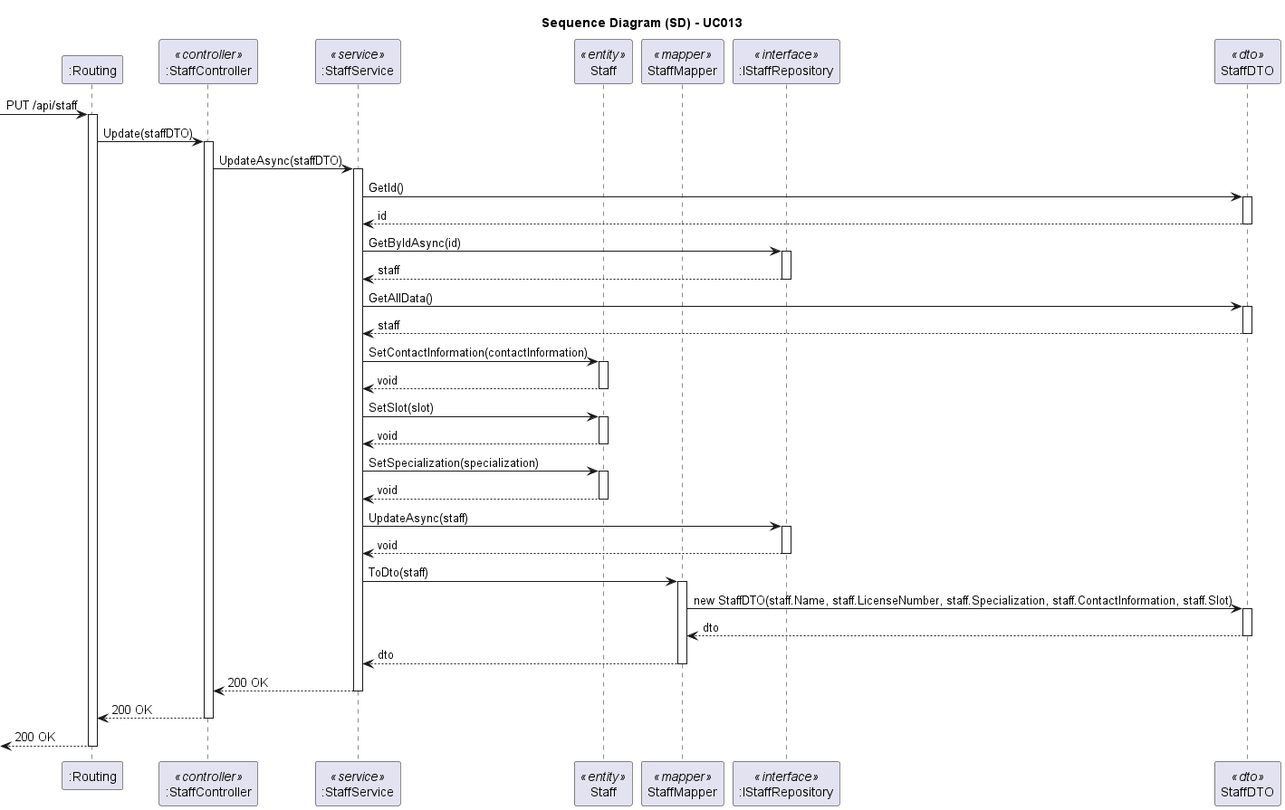
The PlantUML diagram docs/SprintA/UseCases/UC013/03.design/png/uc013-sequence-diagram.png in 1221124/sem5pi-24-25-g031, before a commit.
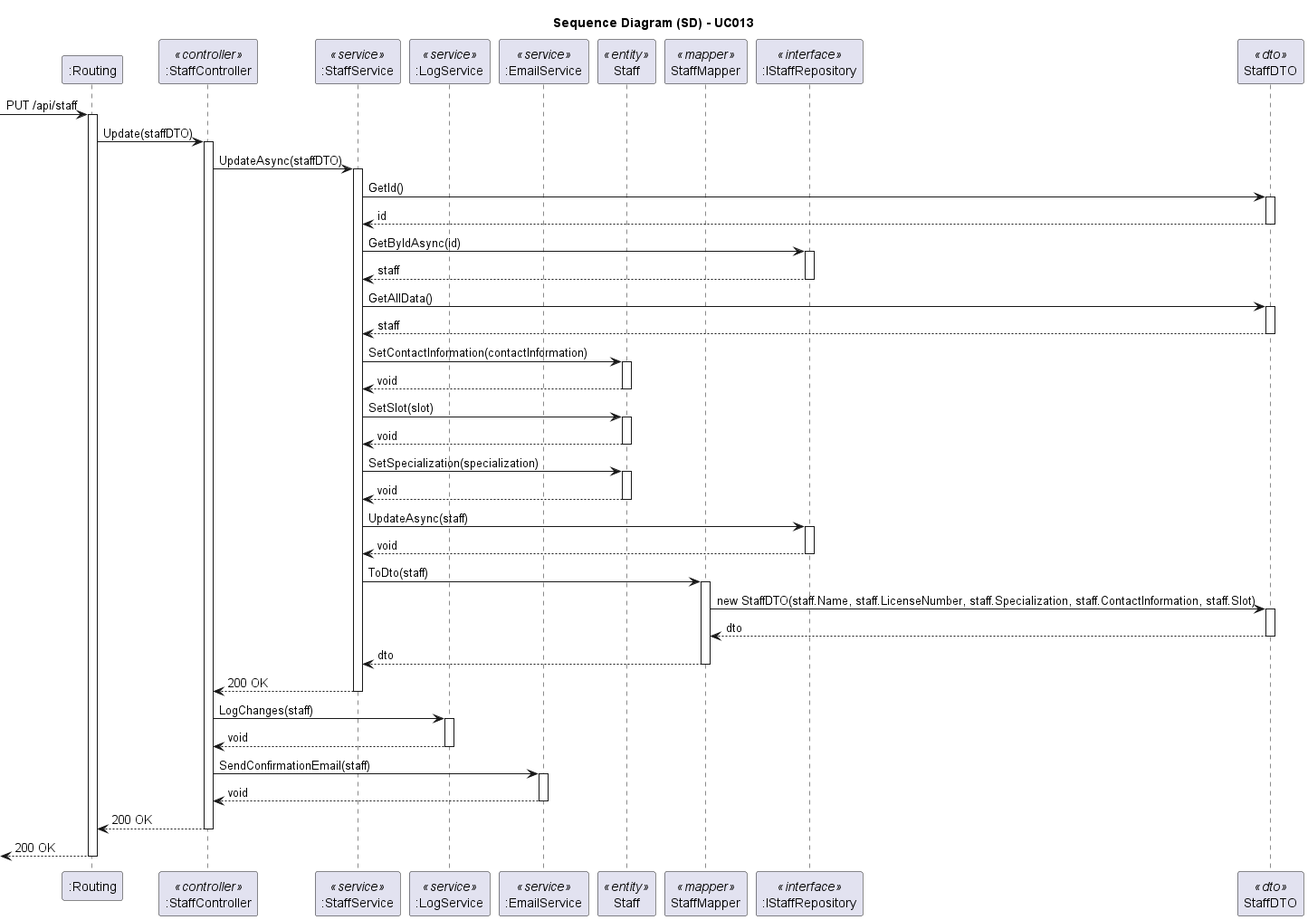
After the change.

Commit message:
#15 UC013: Sequence diagram updated and readme.md file done

What changed in the source:
```diff
@@ -10,6 +10,8 @@
 participant ":Routing" as Routing
 participant ":StaffController" as Controller <<controller>>
 participant ":StaffService" as Service <<service>>
+participant ":LogService" as LogService <<service>>
+participant ":EmailService" as EmailService <<service>>
 participant "Staff" as Staff <<entity>>
 participant "StaffMapper" as Mapper <<mapper>>
 participant ":IStaffRepository" as IRepository <<interface>>
@@ -71,6 +73,16 @@
     Service --> Controller: 200 OK
 deactivate Service
 
+Controller -> LogService: LogChanges(staff)
+activate LogService
+    LogService --> Controller: void
+deactivate LogService
+
+Controller -> EmailService: SendConfirmationEmail(staff)
+activate EmailService
+    EmailService --> Controller: void
+deactivate EmailService
+
 Controller --> Routing: 200 OK
 deactivate Controller
 
```
